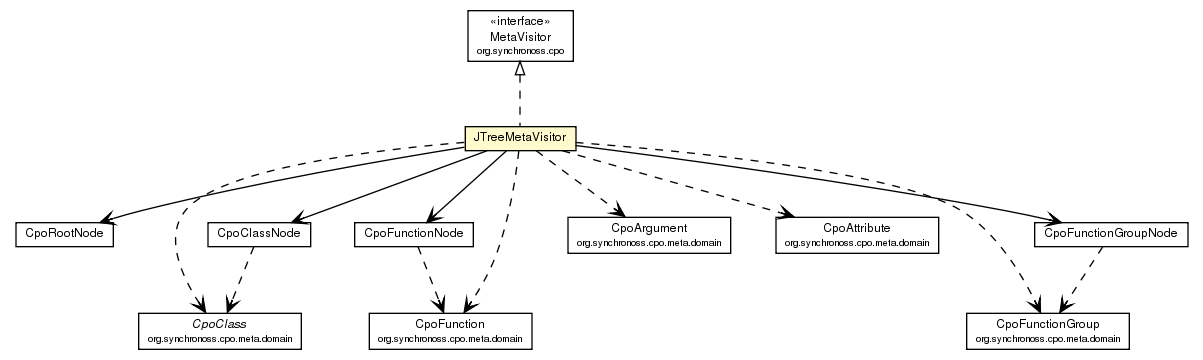
Before: site/apidocs/org/synchronoss/cpo/util/JTreeMetaVisitor.png, a diagram exported from Graphviz (synchronoss/cpo-util). Its source is kept beside it as site/apidocs/org/synchronoss/cpo/util/JTreeMetaVisitor.dot.
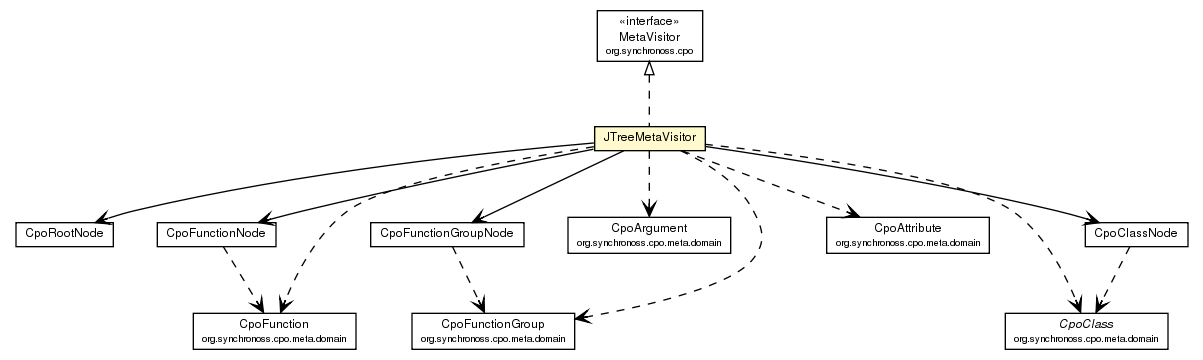
The same file after the commit.

What changed in the source:
```diff
@@ -33,38 +33,38 @@
 	c1707:p -> c1728:p [taillabel="", label="", headlabel="", fontname="Helvetica", fontcolor="black", fontsize=10.0, color="black", arrowhead=open];
 	c1707:p -> c1721:p [taillabel="", label="", headlabel="", fontname="Helvetica", fontcolor="black", fontsize=10.0, color="black", arrowhead=open];
 	c1707:p -> c1765:p [taillabel="", label="", headlabel="", fontname="Helvetica", fontcolor="black", fontsize=10.0, color="black", arrowhead=open, style=dashed];
-	c1707:p -> c1766:p [taillabel="", label="", headlabel="", fontname="Helvetica", fontcolor="black", fontsize=10.0, color="black", arrowhead=open, style=dashed];
 	c1707:p -> c1767:p [taillabel="", label="", headlabel="", fontname="Helvetica", fontcolor="black", fontsize=10.0, color="black", arrowhead=open, style=dashed];
 	c1707:p -> c1768:p [taillabel="", label="", headlabel="", fontname="Helvetica", fontcolor="black", fontsize=10.0, color="black", arrowhead=open, style=dashed];
+	c1707:p -> c1769:p [taillabel="", label="", headlabel="", fontname="Helvetica", fontcolor="black", fontsize=10.0, color="black", arrowhead=open, style=dashed];
 	c1707:p -> c1770:p [taillabel="", label="", headlabel="", fontname="Helvetica", fontcolor="black", fontsize=10.0, color="black", arrowhead=open, style=dashed];
-	c1721:p -> c1768:p [taillabel="", label="", headlabel="", fontname="Helvetica", fontcolor="black", fontsize=10.0, color="black", arrowhead=open, style=dashed];
-	c1723:p -> c1765:p [taillabel="", label="", headlabel="", fontname="Helvetica", fontcolor="black", fontsize=10.0, color="black", arrowhead=open, style=dashed];
-	c1728:p -> c1770:p [taillabel="", label="", headlabel="", fontname="Helvetica", fontcolor="black", fontsize=10.0, color="black", arrowhead=open, style=dashed];
-	c1765 [label=<<table border="0" cellborder="1" cellspacing="0" cellpadding="2" port="p" href="http://java.sun.com/j2se/1.4.2/docs/api/org/synchronoss/cpo/meta/domain/CpoClass.html">
+	c1721:p -> c1769:p [taillabel="", label="", headlabel="", fontname="Helvetica", fontcolor="black", fontsize=10.0, color="black", arrowhead=open, style=dashed];
+	c1723:p -> c1770:p [taillabel="", label="", headlabel="", fontname="Helvetica", fontcolor="black", fontsize=10.0, color="black", arrowhead=open, style=dashed];
+	c1728:p -> c1767:p [taillabel="", label="", headlabel="", fontname="Helvetica", fontcolor="black", fontsize=10.0, color="black", arrowhead=open, style=dashed];
+	c1770 [label=<<table border="0" cellborder="1" cellspacing="0" cellpadding="2" port="p" href="http://java.sun.com/j2se/1.4.2/docs/api/org/synchronoss/cpo/meta/domain/CpoClass.html">
 		<tr><td><table border="0" cellspacing="0" cellpadding="1">
 			<tr><td><font face="Helvetica-Oblique"> CpoClass </font></td></tr>
 			<tr><td><font point-size="7.0"> org.synchronoss.cpo.meta.domain </font></td></tr>
 		</table></td></tr>
 		</table>>, fontname="Helvetica", fontcolor="black", fontsize=9.0];
-	c1766 [label=<<table border="0" cellborder="1" cellspacing="0" cellpadding="2" port="p" href="http://java.sun.com/j2se/1.4.2/docs/api/org/synchronoss/cpo/meta/domain/CpoArgument.html">
+	c1765 [label=<<table border="0" cellborder="1" cellspacing="0" cellpadding="2" port="p" href="http://java.sun.com/j2se/1.4.2/docs/api/org/synchronoss/cpo/meta/domain/CpoArgument.html">
 		<tr><td><table border="0" cellspacing="0" cellpadding="1">
 			<tr><td> CpoArgument </td></tr>
 			<tr><td><font point-size="7.0"> org.synchronoss.cpo.meta.domain </font></td></tr>
 		</table></td></tr>
 		</table>>, fontname="Helvetica", fontcolor="black", fontsize=9.0];
-	c1767 [label=<<table border="0" cellborder="1" cellspacing="0" cellpadding="2" port="p" href="http://java.sun.com/j2se/1.4.2/docs/api/org/synchronoss/cpo/meta/domain/CpoAttribute.html">
+	c1768 [label=<<table border="0" cellborder="1" cellspacing="0" cellpadding="2" port="p" href="http://java.sun.com/j2se/1.4.2/docs/api/org/synchronoss/cpo/meta/domain/CpoAttribute.html">
 		<tr><td><table border="0" cellspacing="0" cellpadding="1">
 			<tr><td> CpoAttribute </td></tr>
 			<tr><td><font point-size="7.0"> org.synchronoss.cpo.meta.domain </font></td></tr>
 		</table></td></tr>
 		</table>>, fontname="Helvetica", fontcolor="black", fontsize=9.0];
-	c1768 [label=<<table border="0" cellborder="1" cellspacing="0" cellpadding="2" port="p" href="http://java.sun.com/j2se/1.4.2/docs/api/org/synchronoss/cpo/meta/domain/CpoFunction.html">
+	c1769 [label=<<table border="0" cellborder="1" cellspacing="0" cellpadding="2" port="p" href="http://java.sun.com/j2se/1.4.2/docs/api/org/synchronoss/cpo/meta/domain/CpoFunction.html">
 		<tr><td><table border="0" cellspacing="0" cellpadding="1">
 			<tr><td> CpoFunction </td></tr>
 			<tr><td><font point-size="7.0"> org.synchronoss.cpo.meta.domain </font></td></tr>
 		</table></td></tr>
 		</table>>, fontname="Helvetica", fontcolor="black", fontsize=9.0];
-	c1770 [label=<<table border="0" cellborder="1" cellspacing="0" cellpadding="2" port="p" href="http://java.sun.com/j2se/1.4.2/docs/api/org/synchronoss/cpo/meta/domain/CpoFunctionGroup.html">
+	c1767 [label=<<table border="0" cellborder="1" cellspacing="0" cellpadding="2" port="p" href="http://java.sun.com/j2se/1.4.2/docs/api/org/synchronoss/cpo/meta/domain/CpoFunctionGroup.html">
 		<tr><td><table border="0" cellspacing="0" cellpadding="1">
 			<tr><td> CpoFunctionGroup </td></tr>
 			<tr><td><font point-size="7.0"> org.synchronoss.cpo.meta.domain </font></td></tr>
```
